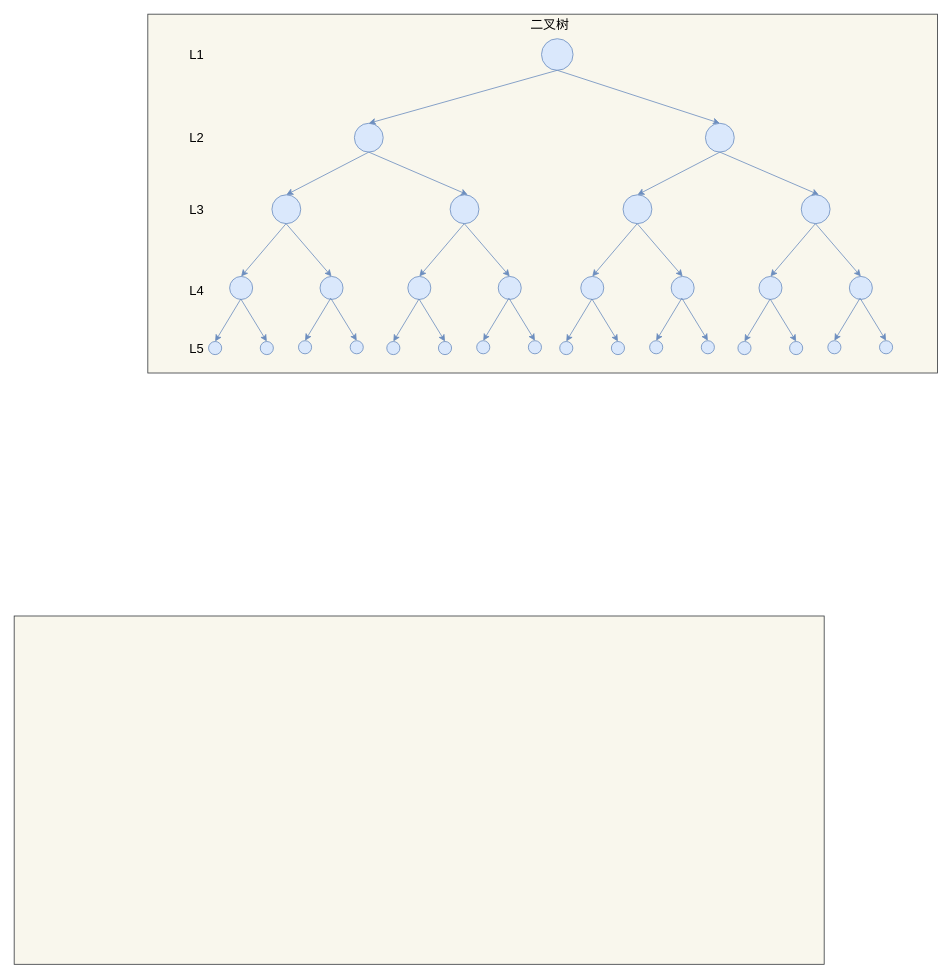
Before: mysql/索引/二叉树.drawio in xiaolincoder/ImageHost4, a draw.io diagram. Source tidied: cells renumbered, new cells numbered last; positions are measured from the earlier drawing's top-left corner, leaving out a move shared by most shapes. Both pictures are drawn from the tidied source at 81%, with x=0, y=0 at pixel (14, 14).
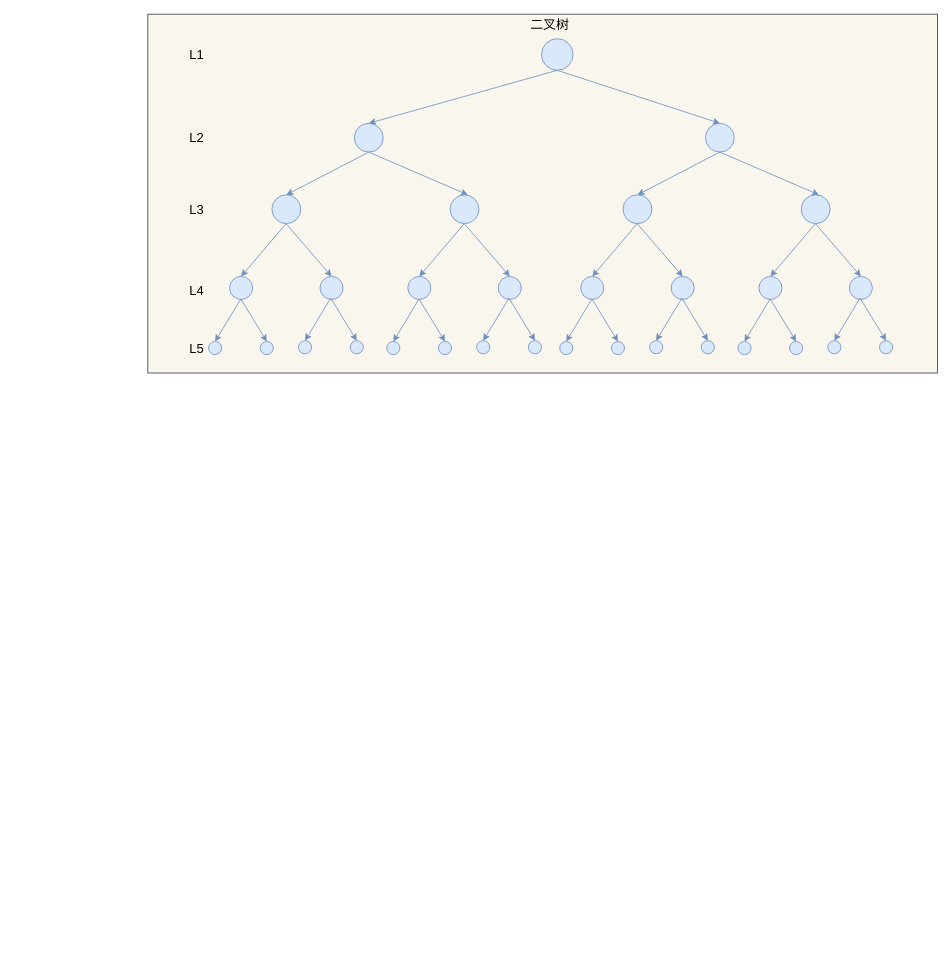
The same page after the edit.

Diff of the diagram source:
```diff
@@
-    <mxCell id="3" style="rounded=0;whiteSpace=wrap;html=1;fontSize=16;fillColor=#f9f7ed;strokeColor=#36393d;" parent="1" vertex="1">
-      <mxGeometry y="743" width="1000" height="430" as="geometry" />
-    </mxCell>
```
